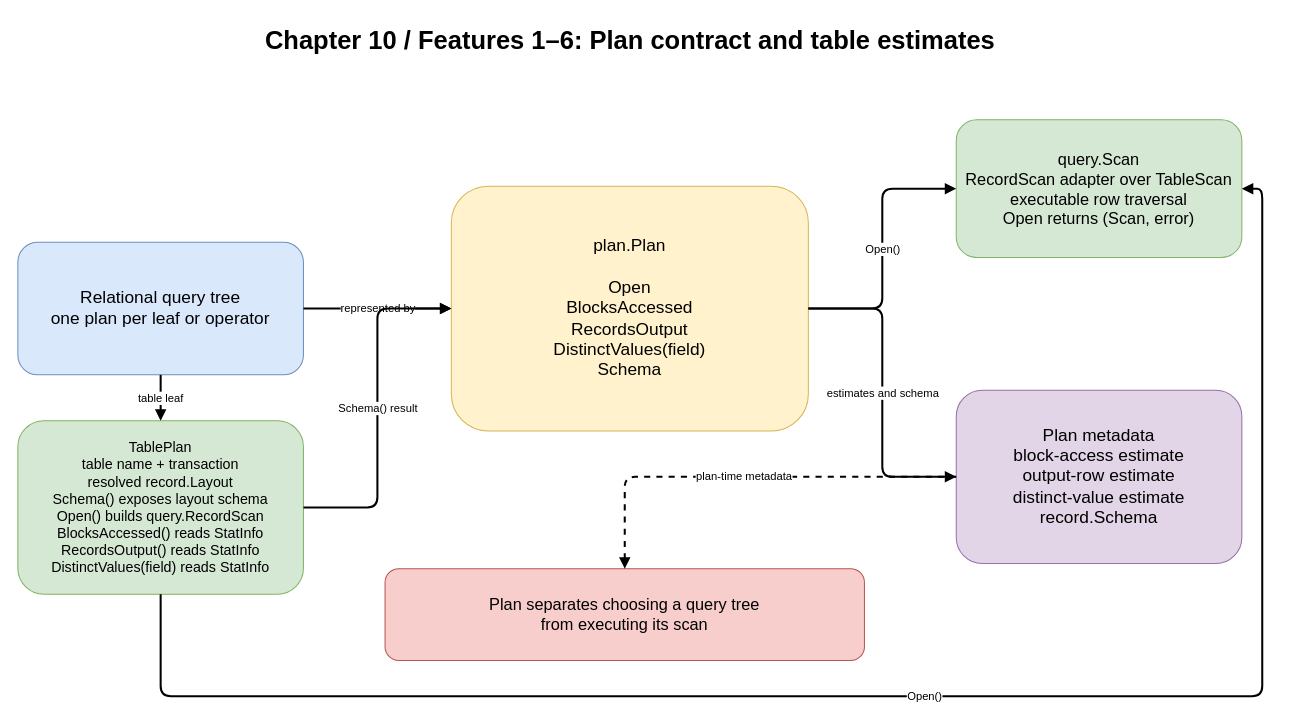
Earlier version of the draw.io diagram docs/diagrams/ch10-plan-contract.drawio (Rwatana/simledb_in_go). Source tidied: cells renumbered, new cells numbered last; positions are measured from the earlier drawing's top-left corner, leaving out a move shared by most shapes. Both pictures are drawn from the tidied source at 102%, with x=0, y=0 at pixel (17, 17).
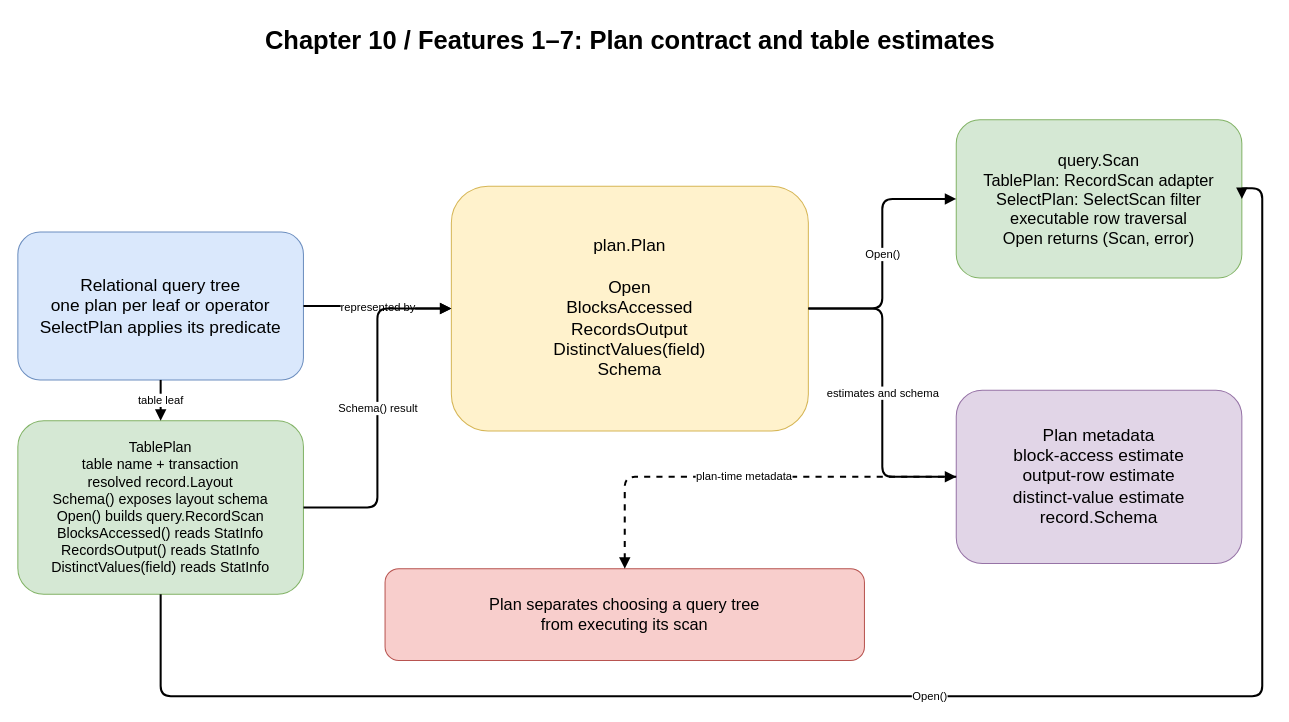
The same page after the edit.

Commit message (it also covers changes not shown here):
feat: open filtered select scans

What changed in the source:
```diff
@@
 <mxGraphModel>
   <root>
     <mxCell id="0" />
     <mxCell id="1" parent="0" />
-    <mxCell id="2" value="Chapter 10 / Features 1–6: Plan contract and table estimates" style="text;html=1;align=center;fontSize=25;fontStyle=1;" parent="1" vertex="1">
+    <mxCell id="2" value="Chapter 10 / Features 1–7: Plan contract and table estimates" style="text;html=1;align=center;fontSize=25;fontStyle=1;" parent="1" vertex="1">
       <mxGeometry x="100" width="1000" height="55" as="geometry" />
     </mxCell>
-    <mxCell id="3" value="Relational query tree&#10;one plan per leaf or operator" style="rounded=1;whiteSpace=wrap;html=1;fillColor=#dae8fc;strokeColor=#6c8ebf;fontSize=17;" parent="1" vertex="1">
-      <mxGeometry y="220" width="280" height="130" as="geometry" />
+    <mxCell id="3" value="Relational query tree&#10;one plan per leaf or operator&#10;SelectPlan applies its predicate" style="rounded=1;whiteSpace=wrap;html=1;fillColor=#dae8fc;strokeColor=#6c8ebf;fontSize=17;" parent="1" vertex="1">
+      <mxGeometry y="210" width="280" height="145" as="geometry" />
     </mxCell>
     <mxCell id="4" value="TablePlan&#10;table name + transaction&#10;resolved record.Layout&#10;Schema() exposes layout schema&#10;Open() builds query.RecordScan&#10;BlocksAccessed() reads StatInfo&#10;RecordsOutput() reads StatInfo&#10;DistinctValues(field) reads StatInfo" style="rounded=1;whiteSpace=wrap;html=1;fillColor=#d5e8d4;strokeColor=#82b366;fontSize=14;" parent="1" vertex="1">
       <mxGeometry y="395" width="280" height="170" as="geometry" />
     </mxCell>
     <mxCell id="5" value="plan.Plan&#10;&#10;Open&#10;BlocksAccessed&#10;RecordsOutput&#10;DistinctValues(field)&#10;Schema" style="rounded=1;whiteSpace=wrap;html=1;fillColor=#fff2cc;strokeColor=#d6b656;fontSize=17;" parent="1" vertex="1">
       <mxGeometry x="425" y="165" width="350" height="240" as="geometry" />
     </mxCell>
-    <mxCell id="6" value="query.Scan&#10;RecordScan adapter over TableScan&#10;executable row traversal&#10;Open returns (Scan, error)" style="rounded=1;whiteSpace=wrap;html=1;fillColor=#d5e8d4;strokeColor=#82b366;fontSize=16;" parent="1" vertex="1">
-      <mxGeometry x="920" y="100" width="280" height="135" as="geometry" />
+    <mxCell id="6" value="query.Scan&#10;TablePlan: RecordScan adapter&#10;SelectPlan: SelectScan filter&#10;executable row traversal&#10;Open returns (Scan, error)" style="rounded=1;whiteSpace=wrap;html=1;fillColor=#d5e8d4;strokeColor=#82b366;fontSize=16;" parent="1" vertex="1">
+      <mxGeometry x="920" y="100" width="280" height="155" as="geometry" />
     </mxCell>
     <mxCell id="7" value="Plan metadata&#10;block-access estimate&#10;output-row estimate&#10;distinct-value estimate&#10;record.Schema" style="rounded=1;whiteSpace=wrap;html=1;fillColor=#e1d5e7;strokeColor=#9673a6;fontSize=17;" parent="1" vertex="1">
       <mxGeometry x="920" y="365" width="280" height="170" as="geometry" />
     </mxCell>
     <mxCell id="8" value="Plan separates choosing a query tree&#10;from executing its scan" style="rounded=1;whiteSpace=wrap;html=1;fillColor=#f8cecc;strokeColor=#b85450;fontSize=16;" parent="1" vertex="1">
       <mxGeometry x="360" y="540" width="470" height="90" as="geometry" />
     </mxCell>
     <mxCell id="9" value="represented by" style="edgeStyle=orthogonalEdgeStyle;html=1;endArrow=block;strokeWidth=2;" parent="1" edge="1" source="3" target="5">
       <mxGeometry relative="1" as="geometry" />
     </mxCell>
     <mxCell id="10" value="table leaf" style="edgeStyle=orthogonalEdgeStyle;html=1;endArrow=block;strokeWidth=2;" parent="1" edge="1" source="3" target="4">
       <mxGeometry relative="1" as="geometry" />
     </mxCell>
     <mxCell id="11" value="Schema() result" style="edgeStyle=orthogonalEdgeStyle;html=1;endArrow=block;strokeWidth=2;" parent="1" edge="1" source="4" target="5">
       <mxGeometry relative="1" as="geometry" />
     </mxCell>
     <mxCell id="12" value="Open()" style="edgeStyle=orthogonalEdgeStyle;html=1;endArrow=block;strokeWidth=2;exitX=0.5;exitY=1;exitDx=0;exitDy=0;entryX=1;entryY=0.5;entryDx=0;entryDy=0;" parent="1" edge="1" source="4" target="6">
       <mxGeometry relative="1" as="geometry">
         <Array as="points">
           <mxPoint x="140" y="665" />
           <mxPoint x="1220" y="665" />
           <mxPoint x="1220" y="167" />
         </Array>
       </mxGeometry>
     </mxCell>
     <mxCell id="13" value="Open()" style="edgeStyle=orthogonalEdgeStyle;html=1;endArrow=block;strokeWidth=2;" parent="1" edge="1" source="5" target="6">
       <mxGeometry relative="1" as="geometry" />
     </mxCell>
     <mxCell id="14" value="estimates and schema" style="edgeStyle=orthogonalEdgeStyle;html=1;endArrow=block;strokeWidth=2;" parent="1" edge="1" source="5" target="7">
       <mxGeometry relative="1" as="geometry" />
     </mxCell>
     <mxCell id="15" value="plan-time metadata" style="edgeStyle=orthogonalEdgeStyle;html=1;endArrow=block;strokeWidth=2;dashed=1;" parent="1" edge="1" source="7" target="8">
       <mxGeometry relative="1" as="geometry" />
     </mxCell>
   </root>
 </mxGraphModel>
```
